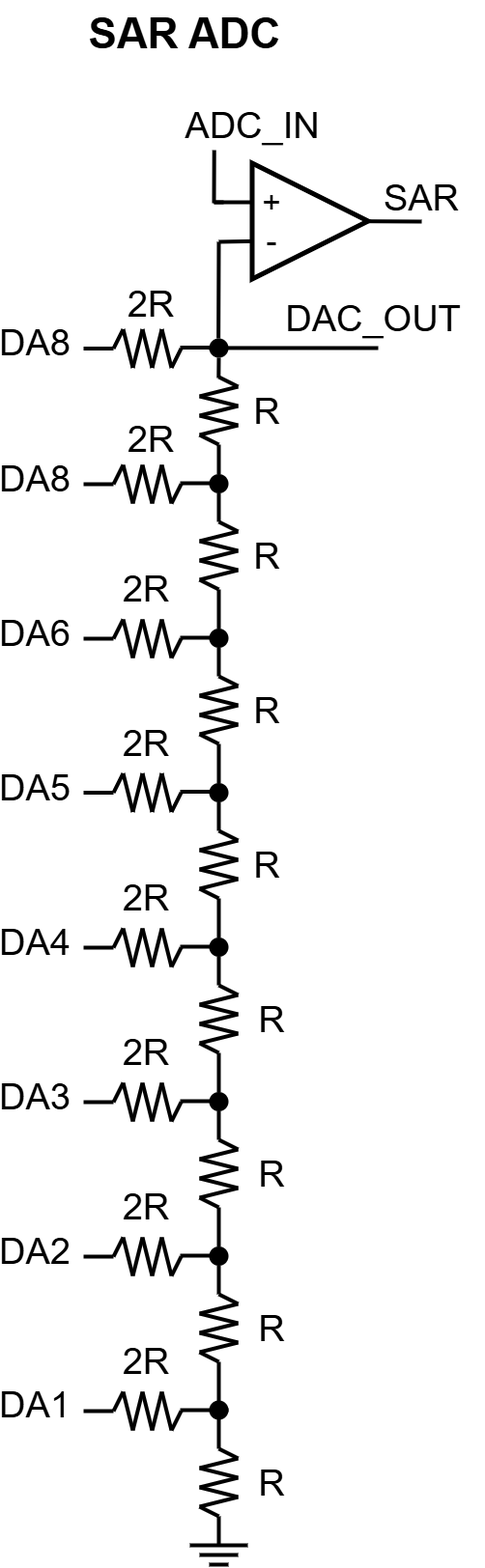
The draw.io diagram flash_sar_adc/flash_sar_adc/libs/icons/SAR ADC.drawio.png in MattSpot10/ecen340_boards, before a commit. Source tidied: cells renumbered, new cells last; positions are measured from the earlier drawing's top-left corner, leaving out a move shared by most shapes.
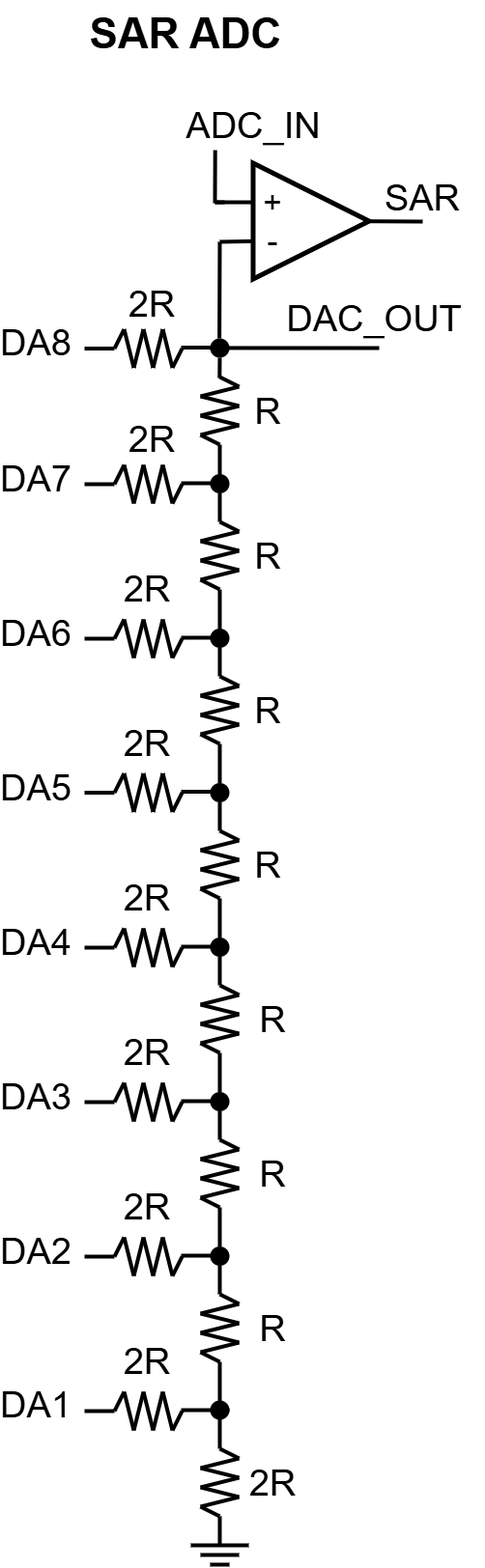
After the change.

Diff of the diagram source:
```diff
@@ -510,7 +510,7 @@
     <mxCell id="97" value="&lt;font style=&quot;font-size: 38px;&quot;&gt;R&lt;br&gt;&lt;/font&gt;" style="text;html=1;whiteSpace=wrap;strokeColor=none;fillColor=none;align=center;verticalAlign=middle;rounded=0;strokeWidth=0;" parent="1" vertex="1">
       <mxGeometry x="245" y="1340.5" width="40" height="70" as="geometry" />
     </mxCell>
-    <mxCell id="98" value="&lt;font style=&quot;font-size: 38px;&quot;&gt;R&lt;br&gt;&lt;/font&gt;" style="text;html=1;whiteSpace=wrap;strokeColor=none;fillColor=none;align=center;verticalAlign=middle;rounded=0;strokeWidth=0;" parent="1" vertex="1">
+    <mxCell id="98" value="&lt;font style=&quot;font-size: 38px;&quot;&gt;2R&lt;br&gt;&lt;/font&gt;" style="text;html=1;whiteSpace=wrap;strokeColor=none;fillColor=none;align=center;verticalAlign=middle;rounded=0;strokeWidth=0;" parent="1" vertex="1">
       <mxGeometry x="245" y="1500.5" width="40" height="70" as="geometry" />
     </mxCell>
     <mxCell id="99" value="&lt;font&gt;SAR ADC&lt;/font&gt;" style="text;html=1;whiteSpace=wrap;strokeColor=none;fillColor=none;align=center;verticalAlign=middle;rounded=0;strokeWidth=0;rotation=0;fontStyle=1;fontSize=44;" parent="1" vertex="1">
@@ -1049,7 +1049,7 @@
     <mxCell id="195" value="&lt;font style=&quot;font-size: 38px;&quot;&gt;DA6&lt;br&gt;&lt;/font&gt;" style="text;html=1;whiteSpace=wrap;strokeColor=none;fillColor=none;align=center;verticalAlign=middle;rounded=0;strokeWidth=0;" parent="1" vertex="1">
       <mxGeometry y="620.5" width="40" height="70" as="geometry" />
     </mxCell>
-    <mxCell id="196" value="&lt;font style=&quot;font-size: 38px;&quot;&gt;DA8&lt;br&gt;&lt;/font&gt;" style="text;html=1;whiteSpace=wrap;strokeColor=none;fillColor=none;align=center;verticalAlign=middle;rounded=0;strokeWidth=0;" parent="1" vertex="1">
+    <mxCell id="196" value="&lt;font style=&quot;font-size: 38px;&quot;&gt;DA7&lt;br&gt;&lt;/font&gt;" style="text;html=1;whiteSpace=wrap;strokeColor=none;fillColor=none;align=center;verticalAlign=middle;rounded=0;strokeWidth=0;" parent="1" vertex="1">
       <mxGeometry y="460.5" width="40" height="70" as="geometry" />
     </mxCell>
     <mxCell id="197" value="&lt;font style=&quot;font-size: 38px;&quot;&gt;DA8&lt;br&gt;&lt;/font&gt;" style="text;html=1;whiteSpace=wrap;strokeColor=none;fillColor=none;align=center;verticalAlign=middle;rounded=0;strokeWidth=0;" parent="1" vertex="1">
```
